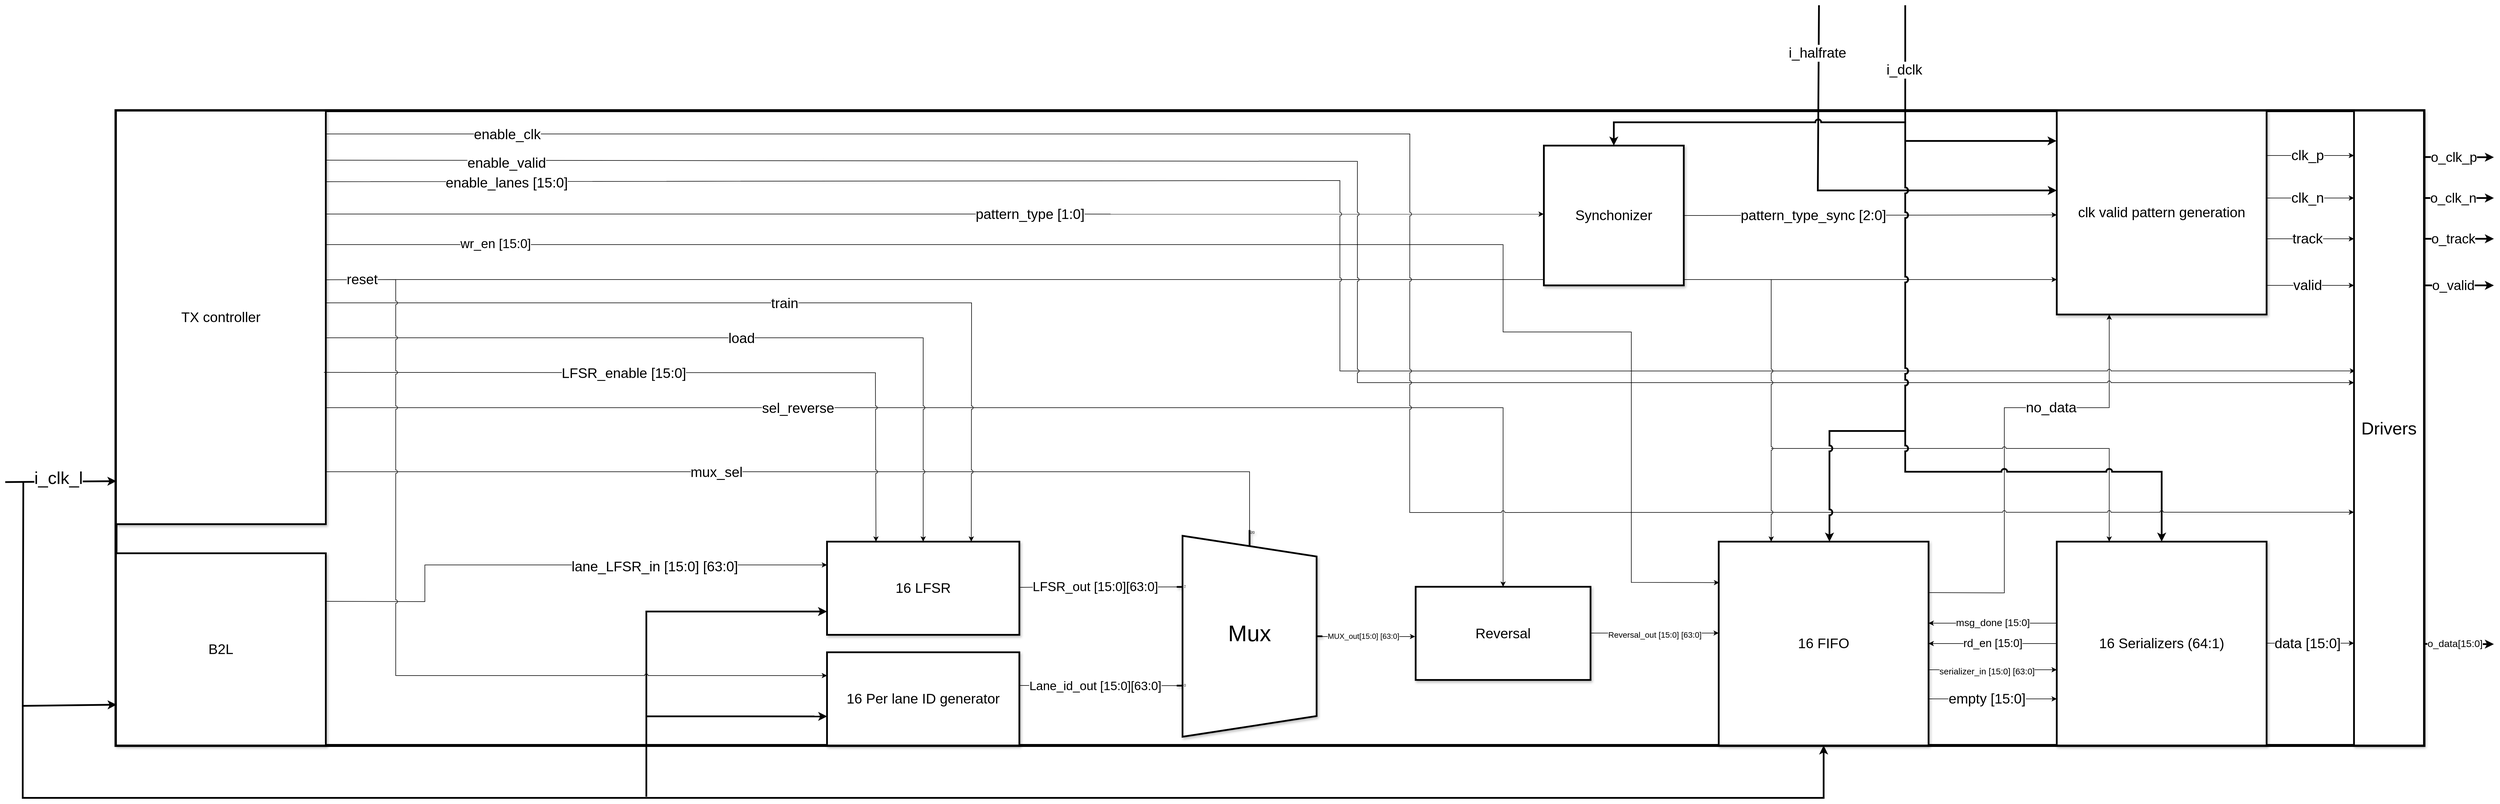
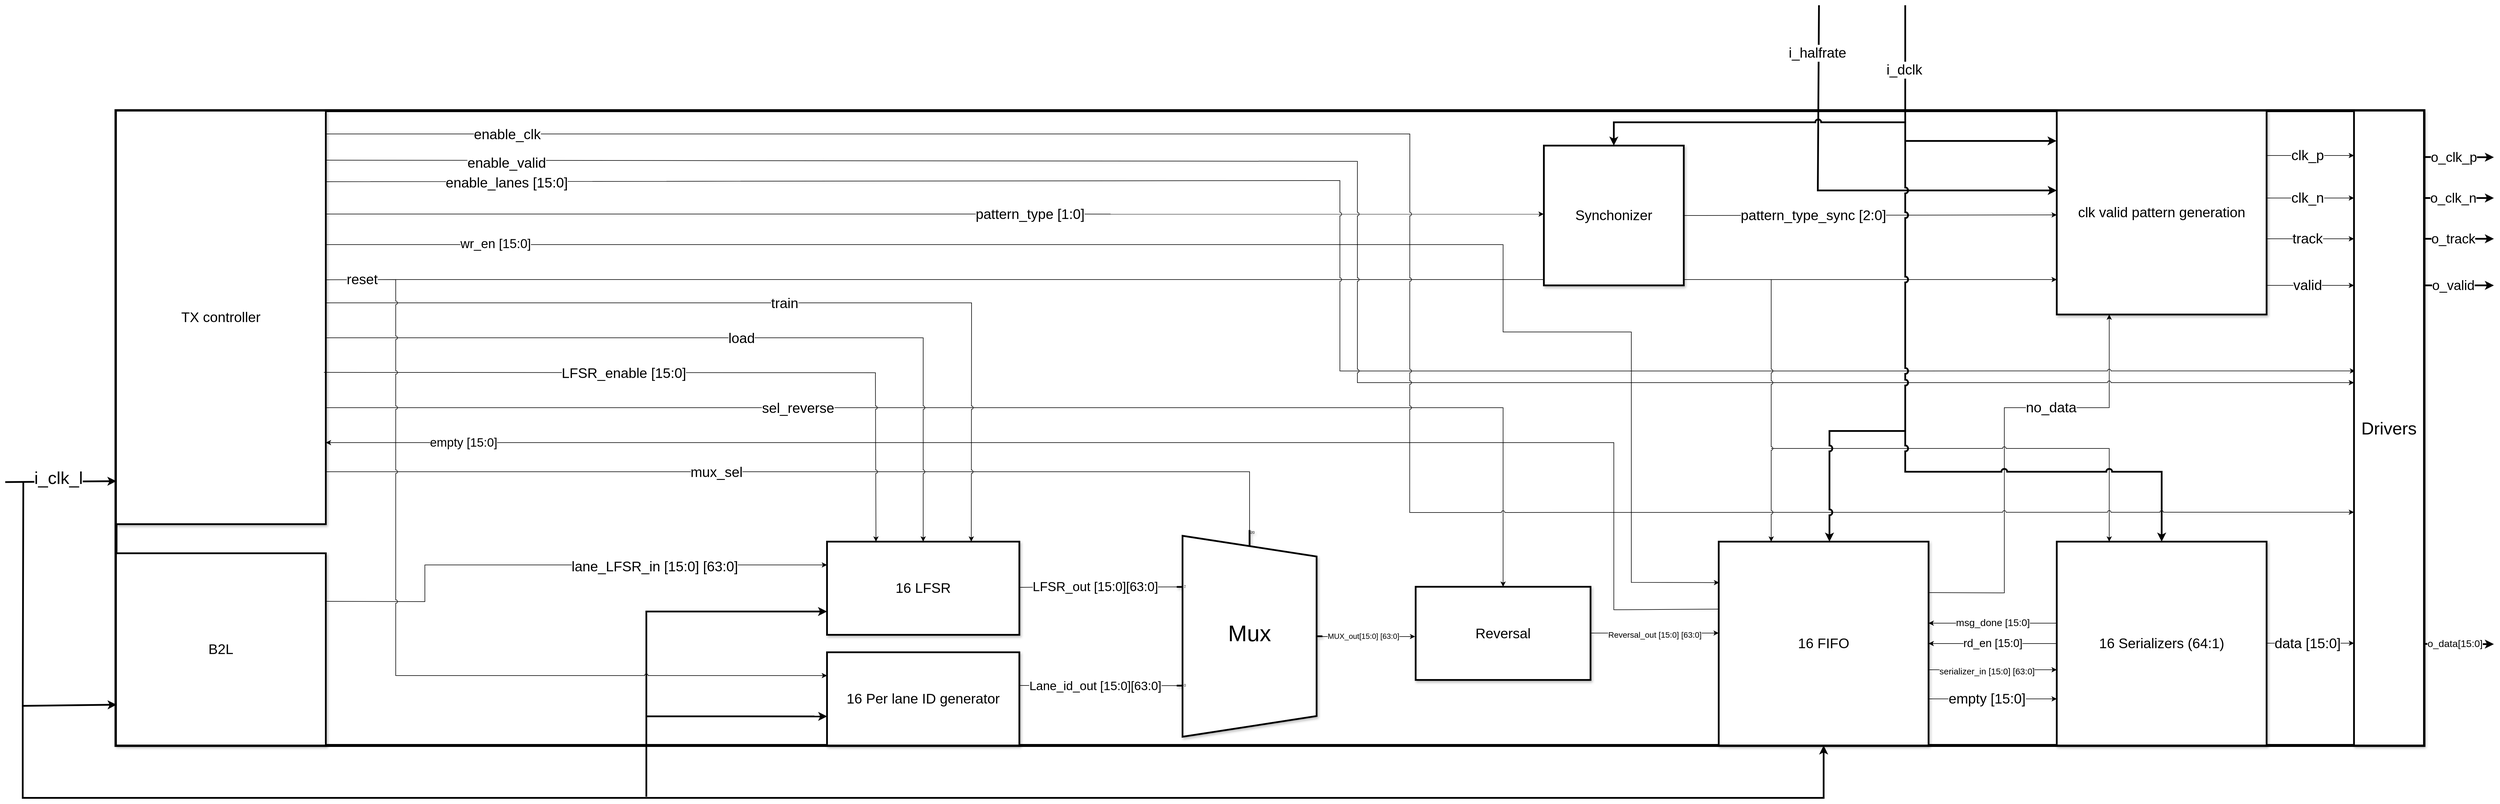
<mxfile host="65bd71144e">
    <diagram id="ARh5Sdh2C6SgtD2m0Pad" name="Page-1">
-         <mxGraphModel dx="5179" dy="2878" grid="1" gridSize="10" guides="1" tooltips="1" connect="1" arrows="1" fold="1" page="1" pageScale="1" pageWidth="850" pageHeight="1100" math="0" shadow="0">
+         <mxGraphModel dx="6165" dy="3545" grid="1" gridSize="10" guides="1" tooltips="1" connect="1" arrows="1" fold="1" page="1" pageScale="1" pageWidth="850" pageHeight="1100" math="0" shadow="0">
            <root>
                <mxCell id="0"/>
                <mxCell id="1" parent="0"/>
                <mxCell id="2" value="" style="rounded=0;whiteSpace=wrap;html=1;strokeWidth=5;" parent="1" vertex="1">
                    <mxGeometry x="-1540" width="3960" height="1090" as="geometry"/>
                </mxCell>
                <mxCell id="3" value="&lt;font style=&quot;font-size: 30px;&quot;&gt;Drivers&lt;/font&gt;" style="rounded=0;whiteSpace=wrap;html=1;strokeWidth=3;shadow=1;" parent="1" vertex="1">
                    <mxGeometry x="2300" width="120" height="1090" as="geometry"/>
                </mxCell>
                <mxCell id="4" value="" style="endArrow=classic;html=1;exitX=1.003;exitY=0.073;exitDx=0;exitDy=0;exitPerimeter=0;strokeWidth=3;" parent="1" source="3" edge="1">
                    <mxGeometry width="50" height="50" relative="1" as="geometry">
                        <mxPoint x="2010" y="400" as="sourcePoint"/>
                        <mxPoint x="2540" y="80" as="targetPoint"/>
                    </mxGeometry>
                </mxCell>
                <mxCell id="6" value="&lt;font style=&quot;font-size: 23px;&quot;&gt;o_clk_p&lt;/font&gt;" style="edgeLabel;html=1;align=center;verticalAlign=middle;resizable=0;points=[];" parent="4" vertex="1" connectable="0">
                    <mxGeometry x="0.4869" y="-2" relative="1" as="geometry">
                        <mxPoint x="-39" y="-2" as="offset"/>
                    </mxGeometry>
                </mxCell>
                <mxCell id="7" value="" style="endArrow=classic;html=1;strokeWidth=3;" parent="1" edge="1">
                    <mxGeometry width="50" height="50" relative="1" as="geometry">
                        <mxPoint x="2420" y="150" as="sourcePoint"/>
                        <mxPoint x="2540" y="150" as="targetPoint"/>
                    </mxGeometry>
                </mxCell>
                <mxCell id="8" value="&lt;font style=&quot;font-size: 23px;&quot;&gt;o_clk_n&lt;/font&gt;" style="edgeLabel;html=1;align=center;verticalAlign=middle;resizable=0;points=[];" parent="7" vertex="1" connectable="0">
                    <mxGeometry x="0.4869" y="-2" relative="1" as="geometry">
                        <mxPoint x="-39" y="-2" as="offset"/>
                    </mxGeometry>
                </mxCell>
                <mxCell id="9" value="" style="endArrow=classic;html=1;exitX=1.003;exitY=0.073;exitDx=0;exitDy=0;exitPerimeter=0;strokeWidth=3;" parent="1" edge="1">
                    <mxGeometry width="50" height="50" relative="1" as="geometry">
                        <mxPoint x="2420" y="220" as="sourcePoint"/>
                        <mxPoint x="2540" y="220" as="targetPoint"/>
                    </mxGeometry>
                </mxCell>
                <mxCell id="10" value="&lt;font style=&quot;font-size: 23px;&quot;&gt;o_track&lt;/font&gt;" style="edgeLabel;html=1;align=center;verticalAlign=middle;resizable=0;points=[];" parent="9" vertex="1" connectable="0">
                    <mxGeometry x="0.4869" y="-2" relative="1" as="geometry">
                        <mxPoint x="-39" y="-2" as="offset"/>
                    </mxGeometry>
                </mxCell>
                <mxCell id="11" value="" style="endArrow=classic;html=1;exitX=0.994;exitY=0.852;exitDx=0;exitDy=0;exitPerimeter=0;strokeWidth=3;" parent="1" edge="1">
                    <mxGeometry width="50" height="50" relative="1" as="geometry">
                        <mxPoint x="2419.2799999999997" y="915.6800000000003" as="sourcePoint"/>
                        <mxPoint x="2540" y="916" as="targetPoint"/>
                    </mxGeometry>
                </mxCell>
                <mxCell id="12" value="&lt;font style=&quot;font-size: 17px;&quot;&gt;o_data[15:0]&lt;/font&gt;" style="edgeLabel;html=1;align=center;verticalAlign=middle;resizable=0;points=[];" parent="11" vertex="1" connectable="0">
                    <mxGeometry x="0.4869" y="-2" relative="1" as="geometry">
                        <mxPoint x="-36" y="-2" as="offset"/>
                    </mxGeometry>
                </mxCell>
                <mxCell id="18" value="&lt;font style=&quot;font-size: 24px;&quot;&gt;clk valid pattern generation&lt;/font&gt;" style="rounded=0;whiteSpace=wrap;html=1;strokeWidth=3;fillColor=#FFFFFF;shadow=1;" parent="1" vertex="1">
                    <mxGeometry x="1790" width="360" height="350" as="geometry"/>
                </mxCell>
                <mxCell id="19" value="" style="endArrow=classic;html=1;exitX=1.003;exitY=0.073;exitDx=0;exitDy=0;exitPerimeter=0;strokeWidth=3;" parent="1" edge="1">
                    <mxGeometry width="50" height="50" relative="1" as="geometry">
                        <mxPoint x="2419" y="300" as="sourcePoint"/>
                        <mxPoint x="2540" y="300" as="targetPoint"/>
                    </mxGeometry>
                </mxCell>
                <mxCell id="20" value="&lt;font style=&quot;font-size: 23px;&quot;&gt;o_valid&lt;/font&gt;" style="edgeLabel;html=1;align=center;verticalAlign=middle;resizable=0;points=[];" parent="19" vertex="1" connectable="0">
                    <mxGeometry x="0.4869" y="-2" relative="1" as="geometry">
                        <mxPoint x="-39" y="-2" as="offset"/>
                    </mxGeometry>
                </mxCell>
                <mxCell id="21" value="" style="endArrow=classic;html=1;entryX=1;entryY=1;entryDx=0;entryDy=0;exitX=0;exitY=1;exitDx=0;exitDy=0;rounded=0;strokeColor=default;strokeWidth=1;align=center;verticalAlign=middle;fontFamily=Helvetica;fontSize=11;fontColor=default;labelBackgroundColor=default;curved=0;" parent="1" edge="1">
                    <mxGeometry width="50" height="50" relative="1" as="geometry">
                        <mxPoint x="2150" y="77" as="sourcePoint"/>
                        <mxPoint x="2300" y="77" as="targetPoint"/>
                    </mxGeometry>
                </mxCell>
                <mxCell id="23" value="&lt;font style=&quot;font-size: 24px;&quot;&gt;clk_p&lt;/font&gt;" style="edgeLabel;html=1;align=center;verticalAlign=middle;resizable=0;points=[];rounded=0;strokeColor=default;strokeWidth=3;fontFamily=Helvetica;fontSize=11;fontColor=default;labelBackgroundColor=default;" parent="21" vertex="1" connectable="0">
                    <mxGeometry x="-0.4867" relative="1" as="geometry">
                        <mxPoint x="31" as="offset"/>
                    </mxGeometry>
                </mxCell>
                <mxCell id="24" value="" style="endArrow=classic;html=1;entryX=1;entryY=1;entryDx=0;entryDy=0;exitX=0;exitY=1;exitDx=0;exitDy=0;rounded=0;strokeColor=default;strokeWidth=1;align=center;verticalAlign=middle;fontFamily=Helvetica;fontSize=11;fontColor=default;labelBackgroundColor=default;curved=0;" parent="1" edge="1">
                    <mxGeometry width="50" height="50" relative="1" as="geometry">
                        <mxPoint x="2150" y="150" as="sourcePoint"/>
                        <mxPoint x="2300" y="150" as="targetPoint"/>
                    </mxGeometry>
                </mxCell>
                <mxCell id="25" value="&lt;font style=&quot;font-size: 24px;&quot;&gt;clk_n&lt;/font&gt;" style="edgeLabel;html=1;align=center;verticalAlign=middle;resizable=0;points=[];rounded=0;strokeColor=default;strokeWidth=3;fontFamily=Helvetica;fontSize=11;fontColor=default;labelBackgroundColor=default;" parent="24" vertex="1" connectable="0">
                    <mxGeometry x="-0.4867" relative="1" as="geometry">
                        <mxPoint x="31" as="offset"/>
                    </mxGeometry>
                </mxCell>
                <mxCell id="26" value="" style="endArrow=classic;html=1;entryX=1;entryY=1;entryDx=0;entryDy=0;exitX=0;exitY=1;exitDx=0;exitDy=0;rounded=0;strokeColor=default;strokeWidth=1;align=center;verticalAlign=middle;fontFamily=Helvetica;fontSize=11;fontColor=default;labelBackgroundColor=default;curved=0;" parent="1" edge="1">
                    <mxGeometry width="50" height="50" relative="1" as="geometry">
                        <mxPoint x="2150" y="220" as="sourcePoint"/>
                        <mxPoint x="2300" y="220" as="targetPoint"/>
                    </mxGeometry>
                </mxCell>
                <mxCell id="27" value="&lt;font style=&quot;font-size: 24px;&quot;&gt;track&lt;/font&gt;" style="edgeLabel;html=1;align=center;verticalAlign=middle;resizable=0;points=[];rounded=0;strokeColor=default;strokeWidth=3;fontFamily=Helvetica;fontSize=11;fontColor=default;labelBackgroundColor=default;" parent="26" vertex="1" connectable="0">
                    <mxGeometry x="-0.4867" relative="1" as="geometry">
                        <mxPoint x="31" as="offset"/>
                    </mxGeometry>
                </mxCell>
                <mxCell id="28" value="" style="endArrow=classic;html=1;entryX=1;entryY=1;entryDx=0;entryDy=0;exitX=0;exitY=1;exitDx=0;exitDy=0;rounded=0;strokeColor=default;strokeWidth=1;align=center;verticalAlign=middle;fontFamily=Helvetica;fontSize=11;fontColor=default;labelBackgroundColor=default;curved=0;" parent="1" edge="1">
                    <mxGeometry width="50" height="50" relative="1" as="geometry">
                        <mxPoint x="2150" y="300" as="sourcePoint"/>
                        <mxPoint x="2300" y="300" as="targetPoint"/>
                    </mxGeometry>
                </mxCell>
                <mxCell id="29" value="&lt;font style=&quot;font-size: 24px;&quot;&gt;valid&lt;/font&gt;" style="edgeLabel;html=1;align=center;verticalAlign=middle;resizable=0;points=[];rounded=0;strokeColor=default;strokeWidth=3;fontFamily=Helvetica;fontSize=11;fontColor=default;labelBackgroundColor=default;" parent="28" vertex="1" connectable="0">
                    <mxGeometry x="-0.4867" relative="1" as="geometry">
                        <mxPoint x="31" as="offset"/>
                    </mxGeometry>
                </mxCell>
                <mxCell id="31" value="&lt;font style=&quot;font-size: 24px;&quot;&gt;16 Serializers (64:1)&lt;/font&gt;" style="rounded=0;whiteSpace=wrap;html=1;strokeWidth=3;fillColor=#FFFFFF;shadow=1;" parent="1" vertex="1">
                    <mxGeometry x="1790" y="740" width="360" height="350" as="geometry"/>
                </mxCell>
                <mxCell id="33" value="" style="endArrow=classic;html=1;entryX=1;entryY=1;entryDx=0;entryDy=0;exitX=0;exitY=1;exitDx=0;exitDy=0;rounded=0;strokeColor=default;strokeWidth=1;align=center;verticalAlign=middle;fontFamily=Helvetica;fontSize=11;fontColor=default;labelBackgroundColor=default;curved=0;" parent="1" edge="1">
                    <mxGeometry width="50" height="50" relative="1" as="geometry">
                        <mxPoint x="2150" y="914.41" as="sourcePoint"/>
                        <mxPoint x="2300" y="914.41" as="targetPoint"/>
                    </mxGeometry>
                </mxCell>
                <mxCell id="34" value="&lt;font style=&quot;font-size: 24px;&quot;&gt;data [15:0]&lt;/font&gt;" style="edgeLabel;html=1;align=center;verticalAlign=middle;resizable=0;points=[];rounded=0;strokeColor=default;strokeWidth=3;fontFamily=Helvetica;fontSize=11;fontColor=default;labelBackgroundColor=default;" parent="33" vertex="1" connectable="0">
                    <mxGeometry x="-0.4867" relative="1" as="geometry">
                        <mxPoint x="31" as="offset"/>
                    </mxGeometry>
                </mxCell>
                <mxCell id="35" value="&lt;font style=&quot;font-size: 39px;&quot;&gt;Mux&lt;/font&gt;" style="shadow=1;dashed=0;align=center;html=1;strokeWidth=3;shape=mxgraph.electrical.abstract.mux2;whiteSpace=wrap;flipV=1;" parent="1" vertex="1">
                    <mxGeometry x="280" y="720" width="250" height="355" as="geometry"/>
                </mxCell>
                <mxCell id="36" value="&lt;font style=&quot;font-size: 24px;&quot;&gt;16 LFSR&lt;/font&gt;" style="rounded=0;whiteSpace=wrap;html=1;strokeWidth=3;fillColor=#FFFFFF;shadow=1;" parent="1" vertex="1">
                    <mxGeometry x="-320" y="740" width="330" height="160" as="geometry"/>
                </mxCell>
                <mxCell id="37" value="&lt;font style=&quot;font-size: 24px;&quot;&gt;16 Per lane ID generator&lt;/font&gt;" style="rounded=0;whiteSpace=wrap;html=1;strokeWidth=3;fillColor=#FFFFFF;shadow=1;" parent="1" vertex="1">
                    <mxGeometry x="-320" y="930" width="330" height="160" as="geometry"/>
                </mxCell>
                <mxCell id="38" value="&lt;font style=&quot;font-size: 24px;&quot;&gt;B2L&lt;/font&gt;" style="rounded=0;whiteSpace=wrap;html=1;strokeWidth=3;fillColor=#FFFFFF;shadow=1;" parent="1" vertex="1">
                    <mxGeometry x="-1540" y="760" width="360" height="330" as="geometry"/>
                </mxCell>
                <mxCell id="40" value="&lt;font style=&quot;font-size: 24px;&quot;&gt;TX controller&lt;/font&gt;" style="rounded=0;whiteSpace=wrap;html=1;strokeWidth=3;fillColor=#FFFFFF;shadow=1;" parent="1" vertex="1">
                    <mxGeometry x="-1540" width="360" height="710" as="geometry"/>
                </mxCell>
                <mxCell id="43" value="&lt;font style=&quot;font-size: 24px;&quot;&gt;16 FIFO&lt;/font&gt;" style="rounded=0;whiteSpace=wrap;html=1;strokeWidth=3;fillColor=#FFFFFF;shadow=1;" parent="1" vertex="1">
                    <mxGeometry x="1210" y="740" width="360" height="350" as="geometry"/>
                </mxCell>
                <mxCell id="47" value="" style="endArrow=classic;html=1;entryX=-0.001;entryY=0.257;entryDx=0;entryDy=0;exitX=0;exitY=0;exitDx=0;exitDy=0;rounded=0;curved=0;strokeWidth=3;entryPerimeter=0;" parent="1" edge="1">
                    <mxGeometry width="50" height="50" relative="1" as="geometry">
                        <mxPoint x="1530" y="-181" as="sourcePoint"/>
                        <mxPoint x="1789.6400000000003" y="51.95000000000027" as="targetPoint"/>
                        <Array as="points">
                            <mxPoint x="1530" y="52"/>
                        </Array>
                    </mxGeometry>
                </mxCell>
                <mxCell id="49" value="&lt;font style=&quot;font-size: 24px;&quot;&gt;i_dclk&lt;/font&gt;" style="edgeLabel;html=1;align=center;verticalAlign=middle;resizable=0;points=[];" parent="47" vertex="1" connectable="0">
                    <mxGeometry x="-0.5519" y="-2" relative="1" as="geometry">
                        <mxPoint as="offset"/>
                    </mxGeometry>
                </mxCell>
                <mxCell id="50" value="" style="endArrow=classic;html=1;entryX=1;entryY=1;entryDx=0;entryDy=0;exitX=0;exitY=0;exitDx=0;exitDy=0;rounded=0;curved=0;strokeWidth=3;" parent="1" edge="1">
                    <mxGeometry width="50" height="50" relative="1" as="geometry">
                        <mxPoint x="1382" y="-181" as="sourcePoint"/>
                        <mxPoint x="1790" y="136.99999999999977" as="targetPoint"/>
                        <Array as="points">
                            <mxPoint x="1380" y="137"/>
                        </Array>
                    </mxGeometry>
                </mxCell>
                <mxCell id="51" value="&lt;font style=&quot;font-size: 24px;&quot;&gt;i_halfrate&lt;/font&gt;" style="edgeLabel;html=1;align=center;verticalAlign=middle;resizable=0;points=[];" parent="50" vertex="1" connectable="0">
                    <mxGeometry x="-0.5519" y="-2" relative="1" as="geometry">
                        <mxPoint y="-81" as="offset"/>
                    </mxGeometry>
                </mxCell>
                <mxCell id="53" value="" style="endArrow=classic;html=1;entryX=0.25;entryY=1;entryDx=0;entryDy=0;exitX=1;exitY=0.25;exitDx=0;exitDy=0;rounded=0;curved=0;strokeColor=default;strokeWidth=1;align=center;verticalAlign=middle;fontFamily=Helvetica;fontSize=11;fontColor=default;labelBackgroundColor=default;" parent="1" source="43" target="18" edge="1">
                    <mxGeometry width="50" height="50" relative="1" as="geometry">
                        <mxPoint x="1590" y="850" as="sourcePoint"/>
                        <mxPoint x="1640" y="800" as="targetPoint"/>
                        <Array as="points">
                            <mxPoint x="1700" y="828"/>
                            <mxPoint x="1700" y="510"/>
                            <mxPoint x="1880" y="510"/>
                        </Array>
                    </mxGeometry>
                </mxCell>
                <mxCell id="55" value="&lt;font style=&quot;font-size: 24px;&quot;&gt;no_data&lt;/font&gt;" style="edgeLabel;html=1;align=center;verticalAlign=middle;resizable=0;points=[];rounded=0;strokeColor=default;strokeWidth=3;fontFamily=Helvetica;fontSize=11;fontColor=default;labelBackgroundColor=default;" parent="53" vertex="1" connectable="0">
                    <mxGeometry x="0.3863" y="1" relative="1" as="geometry">
                        <mxPoint x="-18" y="1" as="offset"/>
                    </mxGeometry>
                </mxCell>
                <mxCell id="57" value="" style="endArrow=classic;html=1;exitX=1;exitY=0.5;exitDx=0;exitDy=0;entryX=1;entryY=1;entryDx=0;entryDy=0;rounded=0;strokeColor=default;strokeWidth=1;align=center;verticalAlign=middle;fontFamily=Helvetica;fontSize=11;fontColor=default;labelBackgroundColor=default;curved=0;" parent="1" source="44" edge="1">
                    <mxGeometry width="50" height="50" relative="1" as="geometry">
                        <mxPoint x="1510" y="280" as="sourcePoint"/>
                        <mxPoint x="1790" y="179" as="targetPoint"/>
                    </mxGeometry>
                </mxCell>
                <mxCell id="59" value="&lt;font style=&quot;font-size: 24px;&quot;&gt;pattern_type_sync [2:0]&lt;/font&gt;" style="edgeLabel;html=1;align=center;verticalAlign=middle;resizable=0;points=[];rounded=0;strokeColor=default;strokeWidth=3;fontFamily=Helvetica;fontSize=11;fontColor=default;labelBackgroundColor=default;" parent="57" vertex="1" connectable="0">
                    <mxGeometry x="-0.3073" relative="1" as="geometry">
                        <mxPoint as="offset"/>
                    </mxGeometry>
                </mxCell>
                <mxCell id="70" value="" style="endArrow=classic;html=1;exitX=0.5;exitY=0;exitDx=0;exitDy=0;rounded=0;curved=0;strokeColor=default;strokeWidth=3;align=center;verticalAlign=middle;fontFamily=Helvetica;fontSize=11;fontColor=default;labelBackgroundColor=default;entryX=0.5;entryY=0;entryDx=0;entryDy=0;jumpStyle=arc;" parent="1" target="44" edge="1">
                    <mxGeometry width="50" height="50" relative="1" as="geometry">
                        <mxPoint x="1530" y="20" as="sourcePoint"/>
                        <mxPoint x="1300" y="20" as="targetPoint"/>
                        <Array as="points">
                            <mxPoint x="1030" y="20"/>
                        </Array>
                    </mxGeometry>
                </mxCell>
                <mxCell id="72" value="" style="endArrow=classic;html=1;entryX=1;entryY=0.5;entryDx=0;entryDy=0;exitX=0;exitY=0.5;exitDx=0;exitDy=0;rounded=0;strokeColor=default;strokeWidth=1;align=center;verticalAlign=middle;fontFamily=Helvetica;fontSize=11;fontColor=default;labelBackgroundColor=default;curved=0;" parent="1" source="31" target="43" edge="1">
                    <mxGeometry width="50" height="50" relative="1" as="geometry">
                        <mxPoint x="1730" y="870" as="sourcePoint"/>
                        <mxPoint x="1680" y="920" as="targetPoint"/>
                    </mxGeometry>
                </mxCell>
                <mxCell id="74" value="&lt;font style=&quot;font-size: 19px;&quot;&gt;rd_en [15:0]&lt;/font&gt;" style="edgeLabel;html=1;align=center;verticalAlign=middle;resizable=0;points=[];" parent="72" vertex="1" connectable="0">
                    <mxGeometry x="-0.4618" y="-1" relative="1" as="geometry">
                        <mxPoint x="-51" y="1" as="offset"/>
                    </mxGeometry>
                </mxCell>
                <mxCell id="75" value="" style="endArrow=classic;html=1;entryX=1;entryY=0.5;entryDx=0;entryDy=0;exitX=0;exitY=0.5;exitDx=0;exitDy=0;rounded=0;strokeColor=default;strokeWidth=1;align=center;verticalAlign=middle;fontFamily=Helvetica;fontSize=11;fontColor=default;labelBackgroundColor=default;curved=0;" parent="1" edge="1">
                    <mxGeometry width="50" height="50" relative="1" as="geometry">
                        <mxPoint x="1570" y="960" as="sourcePoint"/>
                        <mxPoint x="1790" y="960" as="targetPoint"/>
                    </mxGeometry>
                </mxCell>
                <mxCell id="76" value="&lt;font style=&quot;font-size: 15px;&quot;&gt;serializer_in [15:0] [63:0]&lt;/font&gt;" style="edgeLabel;html=1;align=center;verticalAlign=middle;resizable=0;points=[];" parent="75" vertex="1" connectable="0">
                    <mxGeometry x="-0.4618" y="-1" relative="1" as="geometry">
                        <mxPoint x="41" y="1" as="offset"/>
                    </mxGeometry>
                </mxCell>
                <mxCell id="77" value="" style="endArrow=classic;html=1;entryX=1;entryY=0.5;entryDx=0;entryDy=0;exitX=0;exitY=0.5;exitDx=0;exitDy=0;rounded=0;strokeColor=default;strokeWidth=1;align=center;verticalAlign=middle;fontFamily=Helvetica;fontSize=11;fontColor=default;labelBackgroundColor=default;curved=0;" parent="1" edge="1">
                    <mxGeometry width="50" height="50" relative="1" as="geometry">
                        <mxPoint x="1570" y="1010" as="sourcePoint"/>
                        <mxPoint x="1790" y="1010" as="targetPoint"/>
                    </mxGeometry>
                </mxCell>
                <mxCell id="78" value="&lt;font style=&quot;font-size: 24px;&quot;&gt;empty [15:0]&lt;/font&gt;" style="edgeLabel;html=1;align=center;verticalAlign=middle;resizable=0;points=[];" parent="77" vertex="1" connectable="0">
                    <mxGeometry x="-0.4618" y="-1" relative="1" as="geometry">
                        <mxPoint x="41" y="-1" as="offset"/>
                    </mxGeometry>
                </mxCell>
                <mxCell id="79" value="" style="endArrow=classic;html=1;entryX=1;entryY=0.5;entryDx=0;entryDy=0;exitX=0;exitY=0.5;exitDx=0;exitDy=0;rounded=0;strokeColor=default;strokeWidth=1;align=center;verticalAlign=middle;fontFamily=Helvetica;fontSize=11;fontColor=default;labelBackgroundColor=default;curved=0;" parent="1" edge="1">
                    <mxGeometry width="50" height="50" relative="1" as="geometry">
                        <mxPoint x="1790" y="880" as="sourcePoint"/>
                        <mxPoint x="1570" y="880" as="targetPoint"/>
                    </mxGeometry>
                </mxCell>
                <mxCell id="80" value="&lt;font style=&quot;font-size: 17px;&quot;&gt;msg_done [15:0]&lt;/font&gt;" style="edgeLabel;html=1;align=center;verticalAlign=middle;resizable=0;points=[];" parent="79" vertex="1" connectable="0">
                    <mxGeometry x="-0.4618" y="-1" relative="1" as="geometry">
                        <mxPoint x="-51" y="1" as="offset"/>
                    </mxGeometry>
                </mxCell>
                <mxCell id="81" value="&lt;font style=&quot;font-size: 24px;&quot;&gt;Reversal&lt;/font&gt;" style="rounded=0;whiteSpace=wrap;html=1;strokeWidth=3;fillColor=#FFFFFF;shadow=1;" parent="1" vertex="1">
                    <mxGeometry x="690" y="817.5" width="300" height="160" as="geometry"/>
                </mxCell>
                <mxCell id="82" value="" style="endArrow=classic;html=1;entryX=1;entryY=0.5;entryDx=0;entryDy=0;exitX=0;exitY=0.5;exitDx=0;exitDy=0;rounded=0;strokeColor=default;strokeWidth=1;align=center;verticalAlign=middle;fontFamily=Helvetica;fontSize=11;fontColor=default;labelBackgroundColor=default;curved=0;" parent="1" edge="1">
                    <mxGeometry width="50" height="50" relative="1" as="geometry">
                        <mxPoint x="990" y="896.94" as="sourcePoint"/>
                        <mxPoint x="1210" y="896.94" as="targetPoint"/>
                    </mxGeometry>
                </mxCell>
                <mxCell id="83" value="&lt;font style=&quot;font-size: 14px;&quot;&gt;Reversal_out [15:0] [63:0]&lt;/font&gt;" style="edgeLabel;html=1;align=center;verticalAlign=middle;resizable=0;points=[];" parent="82" vertex="1" connectable="0">
                    <mxGeometry x="-0.4618" y="-1" relative="1" as="geometry">
                        <mxPoint x="51" y="2" as="offset"/>
                    </mxGeometry>
                </mxCell>
                <mxCell id="86" value="" style="endArrow=classic;html=1;entryX=-0.003;entryY=0.534;entryDx=0;entryDy=0;exitX=0;exitY=0.5;exitDx=0;exitDy=0;rounded=0;strokeColor=default;strokeWidth=1;align=center;verticalAlign=middle;fontFamily=Helvetica;fontSize=11;fontColor=default;labelBackgroundColor=default;curved=0;entryPerimeter=0;" parent="1" target="81" edge="1">
                    <mxGeometry width="50" height="50" relative="1" as="geometry">
                        <mxPoint x="530" y="902.94" as="sourcePoint"/>
                        <mxPoint x="750" y="902.94" as="targetPoint"/>
                    </mxGeometry>
                </mxCell>
                <mxCell id="87" value="&lt;font style=&quot;font-size: 13px;&quot;&gt;MUX_out[15:0] [63:0]&lt;/font&gt;" style="edgeLabel;html=1;align=center;verticalAlign=middle;resizable=0;points=[];" parent="86" vertex="1" connectable="0">
                    <mxGeometry x="-0.4618" y="-1" relative="1" as="geometry">
                        <mxPoint x="27" y="-2" as="offset"/>
                    </mxGeometry>
                </mxCell>
                <mxCell id="88" value="" style="endArrow=none;html=1;entryX=0;entryY=0.7161971830985915;entryDx=0;entryDy=3;entryPerimeter=0;exitX=1.001;exitY=0.491;exitDx=0;exitDy=0;rounded=0;curved=0;exitPerimeter=0;" parent="1" source="36" target="35" edge="1">
                    <mxGeometry width="50" height="50" relative="1" as="geometry">
                        <mxPoint x="90" y="800" as="sourcePoint"/>
                        <mxPoint x="140" y="750" as="targetPoint"/>
                        <Array as="points">
                            <mxPoint x="70" y="818"/>
                        </Array>
                    </mxGeometry>
                </mxCell>
                <mxCell id="93" value="&lt;font style=&quot;font-size: 22px;&quot;&gt;LFSR_out [15:0][63:0]&lt;/font&gt;" style="edgeLabel;html=1;align=center;verticalAlign=middle;resizable=0;points=[];" parent="88" vertex="1" connectable="0">
                    <mxGeometry x="-0.1569" y="-1" relative="1" as="geometry">
                        <mxPoint x="16" y="-1" as="offset"/>
                    </mxGeometry>
                </mxCell>
                <mxCell id="90" value="" style="endArrow=none;html=1;entryX=0;entryY=0.23873239436619717;entryDx=0;entryDy=3;entryPerimeter=0;exitX=0;exitY=1;exitDx=0;exitDy=0;" parent="1" target="35" edge="1">
                    <mxGeometry width="50" height="50" relative="1" as="geometry">
                        <mxPoint x="10" y="987" as="sourcePoint"/>
                        <mxPoint x="120" y="930" as="targetPoint"/>
                    </mxGeometry>
                </mxCell>
                <mxCell id="94" value="&lt;span style=&quot;color: rgb(0, 0, 0);&quot;&gt;&lt;font style=&quot;font-size: 21px;&quot;&gt;Lane_id_out [15:0][63:0]&lt;/font&gt;&lt;/span&gt;" style="edgeLabel;html=1;align=center;verticalAlign=middle;resizable=0;points=[];" parent="90" vertex="1" connectable="0">
                    <mxGeometry x="-0.4755" relative="1" as="geometry">
                        <mxPoint x="59" as="offset"/>
                    </mxGeometry>
                </mxCell>
                <mxCell id="95" value="" style="endArrow=none;html=1;exitX=0;exitY=1;exitDx=0;exitDy=0;entryX=0.46;entryY=1;entryDx=10;entryDy=0;entryPerimeter=0;rounded=0;curved=0;" parent="1" target="35" edge="1">
                    <mxGeometry width="50" height="50" relative="1" as="geometry">
                        <mxPoint x="-1180" y="620" as="sourcePoint"/>
                        <mxPoint x="-760" y="470" as="targetPoint"/>
                        <Array as="points">
                            <mxPoint x="405" y="620"/>
                        </Array>
                    </mxGeometry>
                </mxCell>
                <mxCell id="96" value="&lt;font style=&quot;font-size: 24px;&quot;&gt;mux_sel&lt;/font&gt;" style="edgeLabel;html=1;align=center;verticalAlign=middle;resizable=0;points=[];" parent="95" vertex="1" connectable="0">
                    <mxGeometry x="-0.1805" y="-1" relative="1" as="geometry">
                        <mxPoint x="-21" as="offset"/>
                    </mxGeometry>
                </mxCell>
                <mxCell id="98" value="" style="endArrow=classic;html=1;exitX=0.995;exitY=0.382;exitDx=0;exitDy=0;exitPerimeter=0;entryX=0.5;entryY=0;entryDx=0;entryDy=0;rounded=0;curved=0;strokeColor=default;strokeWidth=1;align=center;verticalAlign=middle;fontFamily=Helvetica;fontSize=11;fontColor=default;labelBackgroundColor=default;" parent="1" target="81" edge="1">
                    <mxGeometry width="50" height="50" relative="1" as="geometry">
                        <mxPoint x="-1180" y="510" as="sourcePoint"/>
                        <mxPoint x="407" y="610" as="targetPoint"/>
                        <Array as="points">
                            <mxPoint x="840" y="510"/>
                        </Array>
                    </mxGeometry>
                </mxCell>
                <mxCell id="99" value="&lt;font style=&quot;font-size: 24px;&quot;&gt;sel_reverse&lt;/font&gt;" style="edgeLabel;html=1;align=center;verticalAlign=middle;resizable=0;points=[];rounded=0;strokeColor=default;strokeWidth=3;fontFamily=Helvetica;fontSize=11;fontColor=default;labelBackgroundColor=default;" parent="98" vertex="1" connectable="0">
                    <mxGeometry x="-0.1805" y="-1" relative="1" as="geometry">
                        <mxPoint x="-144" as="offset"/>
                    </mxGeometry>
                </mxCell>
                <mxCell id="103" value="" style="endArrow=classic;html=1;entryX=0;entryY=1;entryDx=0;entryDy=0;exitX=0.991;exitY=0.633;exitDx=0;exitDy=0;exitPerimeter=0;rounded=0;curved=0;jumpStyle=arc;" parent="1" source="40" edge="1">
                    <mxGeometry width="50" height="50" relative="1" as="geometry">
                        <mxPoint x="-1160.0000000000002" y="179.99999999999991" as="sourcePoint"/>
                        <mxPoint x="-236" y="740" as="targetPoint"/>
                        <Array as="points">
                            <mxPoint x="-237" y="450"/>
                        </Array>
                    </mxGeometry>
                </mxCell>
                <mxCell id="105" value="&lt;font style=&quot;font-size: 24px;&quot;&gt;LFSR_enable [15:0]&lt;/font&gt;" style="edgeLabel;html=1;align=center;verticalAlign=middle;resizable=0;points=[];" parent="103" vertex="1" connectable="0">
                    <mxGeometry x="-0.1688" y="-1" relative="1" as="geometry">
                        <mxPoint as="offset"/>
                    </mxGeometry>
                </mxCell>
                <mxCell id="106" value="" style="endArrow=classic;html=1;entryX=0.5;entryY=0;entryDx=0;entryDy=0;exitX=0;exitY=1;exitDx=0;exitDy=0;rounded=0;curved=0;jumpStyle=arc;" parent="1" target="36" edge="1">
                    <mxGeometry width="50" height="50" relative="1" as="geometry">
                        <mxPoint x="-1179.9999999999986" y="390" as="sourcePoint"/>
                        <mxPoint x="-550" y="330" as="targetPoint"/>
                        <Array as="points">
                            <mxPoint x="-155" y="390"/>
                        </Array>
                    </mxGeometry>
                </mxCell>
                <mxCell id="110" value="&lt;font style=&quot;font-size: 24px;&quot;&gt;load&lt;/font&gt;" style="edgeLabel;html=1;align=center;verticalAlign=middle;resizable=0;points=[];" parent="106" vertex="1" connectable="0">
                    <mxGeometry x="0.0364" y="-1" relative="1" as="geometry">
                        <mxPoint as="offset"/>
                    </mxGeometry>
                </mxCell>
                <mxCell id="111" value="" style="endArrow=classic;html=1;entryX=0.75;entryY=0;entryDx=0;entryDy=0;exitX=0;exitY=1;exitDx=0;exitDy=0;rounded=0;curved=0;jumpStyle=arc;" parent="1" target="36" edge="1">
                    <mxGeometry width="50" height="50" relative="1" as="geometry">
                        <mxPoint x="-1179.9999999999986" y="330" as="sourcePoint"/>
                        <mxPoint x="-155" y="680" as="targetPoint"/>
                        <Array as="points">
                            <mxPoint x="-72" y="330"/>
                        </Array>
                    </mxGeometry>
                </mxCell>
                <mxCell id="112" value="&lt;font style=&quot;font-size: 24px;&quot;&gt;train&lt;/font&gt;" style="edgeLabel;html=1;align=center;verticalAlign=middle;resizable=0;points=[];" parent="111" vertex="1" connectable="0">
                    <mxGeometry x="0.0364" y="-1" relative="1" as="geometry">
                        <mxPoint as="offset"/>
                    </mxGeometry>
                </mxCell>
                <mxCell id="118" value="" style="endArrow=classic;html=1;entryX=1;entryY=1;entryDx=0;entryDy=0;" parent="1" edge="1">
                    <mxGeometry width="50" height="50" relative="1" as="geometry">
                        <mxPoint x="-1060" y="290" as="sourcePoint"/>
                        <mxPoint x="1790.000000000001" y="290" as="targetPoint"/>
                    </mxGeometry>
                </mxCell>
                <mxCell id="44" value="&lt;font style=&quot;font-size: 24px;&quot;&gt;Synchonizer&lt;/font&gt;" style="rounded=0;whiteSpace=wrap;html=1;strokeWidth=3;fillColor=#FFFFFF;shadow=1;" parent="1" vertex="1">
                    <mxGeometry x="910" y="60" width="240" height="240" as="geometry"/>
                </mxCell>
                <mxCell id="121" value="" style="endArrow=classic;html=1;entryX=0.25;entryY=0;entryDx=0;entryDy=0;rounded=0;curved=0;jumpStyle=arc;" parent="1" target="31" edge="1">
                    <mxGeometry width="50" height="50" relative="1" as="geometry">
                        <mxPoint x="1300" y="580" as="sourcePoint"/>
                        <mxPoint x="1770" y="530" as="targetPoint"/>
                        <Array as="points">
                            <mxPoint x="1880" y="580"/>
                        </Array>
                    </mxGeometry>
                </mxCell>
                <mxCell id="67" value="" style="endArrow=classic;html=1;entryX=0.5;entryY=0;entryDx=0;entryDy=0;rounded=0;curved=0;strokeWidth=3;jumpStyle=arc;strokeColor=default;align=center;verticalAlign=middle;fontFamily=Helvetica;fontSize=11;fontColor=default;labelBackgroundColor=default;" parent="1" target="31" edge="1">
                    <mxGeometry width="50" height="50" relative="1" as="geometry">
                        <mxPoint x="1530" y="550" as="sourcePoint"/>
                        <mxPoint x="1970" y="440" as="targetPoint"/>
                        <Array as="points">
                            <mxPoint x="1530" y="620"/>
                            <mxPoint x="1970" y="620"/>
                        </Array>
                    </mxGeometry>
                </mxCell>
                <mxCell id="122" value="" style="endArrow=classic;html=1;entryX=-0.001;entryY=0.49;entryDx=0;entryDy=0;exitX=1;exitY=0.25;exitDx=0;exitDy=0;entryPerimeter=0;" parent="1" source="40" target="44" edge="1">
                    <mxGeometry width="50" height="50" relative="1" as="geometry">
                        <mxPoint x="-710" y="380" as="sourcePoint"/>
                        <mxPoint x="-660" y="330" as="targetPoint"/>
                    </mxGeometry>
                </mxCell>
                <mxCell id="124" value="&lt;font style=&quot;font-size: 24px;&quot;&gt;pattern_type [1:0]&lt;/font&gt;" style="edgeLabel;html=1;align=center;verticalAlign=middle;resizable=0;points=[];" parent="122" vertex="1" connectable="0">
                    <mxGeometry x="0.1556" relative="1" as="geometry">
                        <mxPoint as="offset"/>
                    </mxGeometry>
                </mxCell>
                <mxCell id="125" value="" style="endArrow=classic;html=1;entryX=0.015;entryY=0.41;entryDx=0;entryDy=0;entryPerimeter=0;exitX=0;exitY=0;exitDx=0;exitDy=0;strokeColor=default;rounded=0;curved=0;jumpStyle=arc;" parent="1" target="3" edge="1">
                    <mxGeometry width="50" height="50" relative="1" as="geometry">
                        <mxPoint x="-1179.9999999999986" y="122.00000000000023" as="sourcePoint"/>
                        <mxPoint x="2010" y="500" as="targetPoint"/>
                        <Array as="points">
                            <mxPoint x="560" y="120"/>
                            <mxPoint x="560" y="447"/>
                        </Array>
                    </mxGeometry>
                </mxCell>
                <mxCell id="128" value="&lt;font style=&quot;font-size: 24px;&quot;&gt;enable_lanes [15:0]&lt;/font&gt;" style="edgeLabel;html=1;align=center;verticalAlign=middle;resizable=0;points=[];" parent="125" vertex="1" connectable="0">
                    <mxGeometry x="0.8428" y="-3" relative="1" as="geometry">
                        <mxPoint x="-2873" y="-326" as="offset"/>
                    </mxGeometry>
                </mxCell>
                <mxCell id="129" value="" style="endArrow=classic;html=1;entryX=1;entryY=1;entryDx=0;entryDy=0;exitX=1.002;exitY=0.124;exitDx=0;exitDy=0;exitPerimeter=0;rounded=0;curved=0;jumpStyle=arc;" parent="1" edge="1">
                    <mxGeometry width="50" height="50" relative="1" as="geometry">
                        <mxPoint x="-1179.2800000000002" y="85.03999999999996" as="sourcePoint"/>
                        <mxPoint x="2299.999999999998" y="467" as="targetPoint"/>
                        <Array as="points">
                            <mxPoint x="590" y="87"/>
                            <mxPoint x="590" y="467"/>
                        </Array>
                    </mxGeometry>
                </mxCell>
                <mxCell id="137" value="&lt;font style=&quot;font-size: 24px;&quot;&gt;enable_valid&lt;/font&gt;" style="edgeLabel;html=1;align=center;verticalAlign=middle;resizable=0;points=[];" parent="129" vertex="1" connectable="0">
                    <mxGeometry x="-0.1308" y="-3" relative="1" as="geometry">
                        <mxPoint x="-1368" as="offset"/>
                    </mxGeometry>
                </mxCell>
                <mxCell id="130" value="" style="endArrow=classic;html=1;entryX=0.002;entryY=0.605;entryDx=0;entryDy=0;entryPerimeter=0;exitX=0;exitY=0;exitDx=0;exitDy=0;rounded=0;curved=0;jumpStyle=arc;" parent="1" edge="1">
                    <mxGeometry width="50" height="50" relative="1" as="geometry">
                        <mxPoint x="-1179.9999999999802" y="40" as="sourcePoint"/>
                        <mxPoint x="2300" y="689.4499999999998" as="targetPoint"/>
                        <Array as="points">
                            <mxPoint x="680" y="40"/>
                            <mxPoint x="679.76" y="690"/>
                        </Array>
                    </mxGeometry>
                </mxCell>
                <mxCell id="138" value="&lt;font style=&quot;font-size: 24px;&quot;&gt;enable_clk&lt;/font&gt;" style="edgeLabel;html=1;align=center;verticalAlign=middle;resizable=0;points=[];" parent="130" vertex="1" connectable="0">
                    <mxGeometry x="-0.7993" y="-1" relative="1" as="geometry">
                        <mxPoint x="-104" as="offset"/>
                    </mxGeometry>
                </mxCell>
                <mxCell id="120" value="" style="endArrow=classic;html=1;entryX=0.25;entryY=0;entryDx=0;entryDy=0;jumpStyle=arc;" parent="1" target="43" edge="1">
                    <mxGeometry width="50" height="50" relative="1" as="geometry">
                        <mxPoint x="1300" y="290" as="sourcePoint"/>
                        <mxPoint x="1460" y="480" as="targetPoint"/>
                    </mxGeometry>
                </mxCell>
                <mxCell id="63" value="" style="endArrow=classic;html=1;exitX=0;exitY=1;exitDx=0;exitDy=0;rounded=0;curved=0;strokeWidth=3;jumpStyle=arc;strokeColor=default;align=center;verticalAlign=middle;fontFamily=Helvetica;fontSize=11;fontColor=default;labelBackgroundColor=default;" parent="1" edge="1">
                    <mxGeometry width="50" height="50" relative="1" as="geometry">
                        <mxPoint x="1530" y="40" as="sourcePoint"/>
                        <mxPoint x="1400" y="740" as="targetPoint"/>
                        <Array as="points">
                            <mxPoint x="1530" y="550"/>
                            <mxPoint x="1400" y="550"/>
                        </Array>
                    </mxGeometry>
                </mxCell>
                <mxCell id="139" value="" style="endArrow=classic;html=1;entryX=0.002;entryY=0.896;entryDx=0;entryDy=0;exitX=0;exitY=0.17;exitDx=0;exitDy=0;exitPerimeter=0;entryPerimeter=0;rounded=0;strokeColor=default;strokeWidth=3;align=center;verticalAlign=middle;fontFamily=Helvetica;fontSize=11;fontColor=default;labelBackgroundColor=default;curved=0;" parent="1" target="40" edge="1">
                    <mxGeometry width="50" height="50" relative="1" as="geometry">
                        <mxPoint x="-1730" y="637.8000000000002" as="sourcePoint"/>
                        <mxPoint x="-1540" y="630" as="targetPoint"/>
                    </mxGeometry>
                </mxCell>
                <mxCell id="140" value="&lt;font style=&quot;font-size: 30px;&quot;&gt;i_clk_l&lt;/font&gt;" style="edgeLabel;html=1;align=center;verticalAlign=middle;resizable=0;points=[];" parent="139" vertex="1" connectable="0">
                    <mxGeometry x="0.3883" y="-2" relative="1" as="geometry">
                        <mxPoint x="-42" y="-9" as="offset"/>
                    </mxGeometry>
                </mxCell>
                <mxCell id="141" value="" style="endArrow=classic;html=1;entryX=0.003;entryY=0.788;entryDx=0;entryDy=0;rounded=0;strokeColor=default;strokeWidth=3;align=center;verticalAlign=middle;fontFamily=Helvetica;fontSize=11;fontColor=default;labelBackgroundColor=default;curved=0;entryPerimeter=0;" parent="1" target="38" edge="1">
                    <mxGeometry width="50" height="50" relative="1" as="geometry">
                        <mxPoint x="-1699" y="638" as="sourcePoint"/>
                        <mxPoint x="-1440" y="550" as="targetPoint"/>
                        <Array as="points">
                            <mxPoint x="-1700" y="1022"/>
                        </Array>
                    </mxGeometry>
                </mxCell>
                <mxCell id="143" value="" style="endArrow=classic;html=1;entryX=0.5;entryY=1;entryDx=0;entryDy=0;rounded=0;strokeColor=default;strokeWidth=3;align=center;verticalAlign=middle;fontFamily=Helvetica;fontSize=11;fontColor=default;labelBackgroundColor=default;curved=0;" parent="1" target="43" edge="1">
                    <mxGeometry width="50" height="50" relative="1" as="geometry">
                        <mxPoint x="-1700" y="1020" as="sourcePoint"/>
                        <mxPoint x="940" y="1180" as="targetPoint"/>
                        <Array as="points">
                            <mxPoint x="-1700" y="1180"/>
                            <mxPoint x="1390" y="1180"/>
                        </Array>
                    </mxGeometry>
                </mxCell>
                <mxCell id="144" value="" style="endArrow=classic;html=1;entryX=0;entryY=0.75;entryDx=0;entryDy=0;rounded=0;strokeColor=default;strokeWidth=3;align=center;verticalAlign=middle;fontFamily=Helvetica;fontSize=11;fontColor=default;labelBackgroundColor=default;curved=0;jumpStyle=arc;" parent="1" target="36" edge="1">
                    <mxGeometry width="50" height="50" relative="1" as="geometry">
                        <mxPoint x="-630" y="1178" as="sourcePoint"/>
                        <mxPoint x="-350" y="798.75" as="targetPoint"/>
                        <Array as="points">
                            <mxPoint x="-630" y="860"/>
                        </Array>
                    </mxGeometry>
                </mxCell>
                <mxCell id="146" value="" style="endArrow=classic;html=1;entryX=0.001;entryY=0.688;entryDx=0;entryDy=0;entryPerimeter=0;rounded=0;strokeColor=default;strokeWidth=3;align=center;verticalAlign=middle;fontFamily=Helvetica;fontSize=11;fontColor=default;labelBackgroundColor=default;curved=0;" parent="1" target="37" edge="1">
                    <mxGeometry width="50" height="50" relative="1" as="geometry">
                        <mxPoint x="-630" y="1040" as="sourcePoint"/>
                        <mxPoint x="-410" y="980" as="targetPoint"/>
                    </mxGeometry>
                </mxCell>
                <mxCell id="150" value="" style="endArrow=classic;html=1;entryX=0;entryY=0.25;entryDx=0;entryDy=0;exitX=1;exitY=0.25;exitDx=0;exitDy=0;rounded=0;curved=0;" parent="1" source="38" target="36" edge="1">
                    <mxGeometry width="50" height="50" relative="1" as="geometry">
                        <mxPoint x="-1000" y="1040" as="sourcePoint"/>
                        <mxPoint x="-950" y="990" as="targetPoint"/>
                        <Array as="points">
                            <mxPoint x="-1010" y="843"/>
                            <mxPoint x="-1010" y="780"/>
                        </Array>
                    </mxGeometry>
                </mxCell>
                <mxCell id="152" value="&lt;font style=&quot;font-size: 24px;&quot;&gt;lane_LFSR_in [15:0] [63:0]&lt;/font&gt;" style="edgeLabel;html=1;align=center;verticalAlign=middle;resizable=0;points=[];" parent="150" vertex="1" connectable="0">
                    <mxGeometry x="0.3579" y="-3" relative="1" as="geometry">
                        <mxPoint as="offset"/>
                    </mxGeometry>
                </mxCell>
                <mxCell id="114" value="" style="endArrow=classic;html=1;fontStyle=4;entryX=0;entryY=0.25;entryDx=0;entryDy=0;exitX=1.001;exitY=0.409;exitDx=0;exitDy=0;exitPerimeter=0;rounded=0;curved=0;jumpStyle=arc;" parent="1" source="40" target="37" edge="1">
                    <mxGeometry width="50" height="50" relative="1" as="geometry">
                        <mxPoint x="-330" y="620" as="sourcePoint"/>
                        <mxPoint x="-280" y="570" as="targetPoint"/>
                        <Array as="points">
                            <mxPoint x="-1060" y="290"/>
                            <mxPoint x="-1060" y="970"/>
                        </Array>
                    </mxGeometry>
                </mxCell>
                <mxCell id="117" value="&lt;font style=&quot;font-size: 24px;&quot;&gt;reset&lt;/font&gt;" style="edgeLabel;html=1;align=center;verticalAlign=middle;resizable=0;points=[];" parent="114" vertex="1" connectable="0">
                    <mxGeometry x="-0.9207" relative="1" as="geometry">
                        <mxPoint as="offset"/>
                    </mxGeometry>
                </mxCell>
                <mxCell id="153" value="" style="endArrow=classic;html=1;entryX=0.002;entryY=0.201;entryDx=0;entryDy=0;entryPerimeter=0;exitX=0;exitY=0;exitDx=0;exitDy=0;rounded=0;curved=0;" edge="1" parent="1" target="43">
                    <mxGeometry width="50" height="50" relative="1" as="geometry">
                        <mxPoint x="-1179.9999999999964" y="230" as="sourcePoint"/>
                        <mxPoint x="-430" y="590" as="targetPoint"/>
                        <Array as="points">
                            <mxPoint x="840" y="230"/>
                            <mxPoint x="840" y="380"/>
                            <mxPoint x="1060" y="380"/>
                            <mxPoint x="1060" y="810"/>
                        </Array>
                    </mxGeometry>
                </mxCell>
                <mxCell id="156" value="&lt;font style=&quot;font-size: 22px;&quot;&gt;wr_en [15:0]&lt;/font&gt;" style="edgeLabel;html=1;align=center;verticalAlign=middle;resizable=0;points=[];" vertex="1" connectable="0" parent="153">
                    <mxGeometry x="-0.9512" y="1" relative="1" as="geometry">
                        <mxPoint x="218" as="offset"/>
                    </mxGeometry>
                </mxCell>
+                 <mxCell id="157" value="" style="endArrow=classic;html=1;exitX=-0.002;exitY=0.331;exitDx=0;exitDy=0;exitPerimeter=0;entryX=0;entryY=0;entryDx=0;entryDy=0;rounded=0;curved=0;" edge="1" parent="1" source="43">
+                     <mxGeometry width="50" height="50" relative="1" as="geometry">
+                         <mxPoint x="930" y="780" as="sourcePoint"/>
+                         <mxPoint x="-1180.0000000000002" y="570" as="targetPoint"/>
+                         <Array as="points">
+                             <mxPoint x="1030" y="857"/>
+                             <mxPoint x="1030" y="570"/>
+                         </Array>
+                     </mxGeometry>
+                 </mxCell>
+                 <mxCell id="160" value="&lt;font style=&quot;font-size: 21px;&quot;&gt;empty [15:0]&lt;/font&gt;" style="edgeLabel;html=1;align=center;verticalAlign=middle;resizable=0;points=[];" vertex="1" connectable="0" parent="157">
+                     <mxGeometry x="0.8242" y="-1" relative="1" as="geometry">
+                         <mxPoint as="offset"/>
+                     </mxGeometry>
+                 </mxCell>
            </root>
        </mxGraphModel>
    </diagram>
</mxfile>